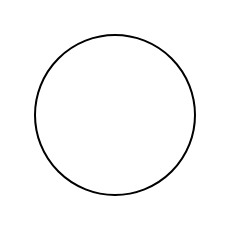
Above: Diagramme sans nom.drawio in Pi-erren/Canard_Dodu (draw.io), before the change. Source tidied: cells renumbered, new cells numbered last; positions are measured from the earlier drawing's top-left corner, leaving out a move shared by most shapes. Both pictures are drawn from the tidied source at 200%, with x=0, y=0 at pixel (34, 34).
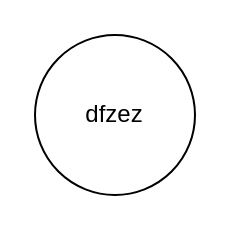
The same page after the edit.

Commit message:
Mettre à jour Diagramme sans nom.drawio

Change to the diagram source:
```diff
@@
 <mxGraphModel>
   <root>
     <mxCell id="0" />
     <mxCell id="1" parent="0" />
-    <mxCell id="2" style="ellipse;whiteSpace=wrap;html=1;" parent="1" vertex="1">
+    <mxCell id="2" value="dfzez" style="ellipse;whiteSpace=wrap;html=1;" parent="1" vertex="1">
       <mxGeometry width="80" height="80" as="geometry" />
     </mxCell>
   </root>
 </mxGraphModel>
```
